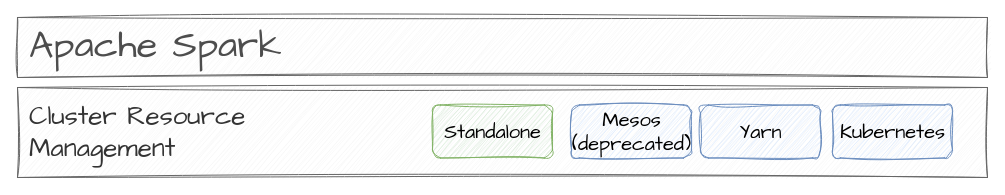
Above: page "spark-components-03" (5 of 8) of content/en/knowledgebase/bigdata/spark/spark.drawio in mauvaisetroupe/architech (draw.io), before the change. Source tidied: cells renumbered, new cells numbered last; positions are measured from the earlier drawing's top-left corner, leaving out a move shared by most shapes. Both pictures are drawn from the tidied source at 100%, with x=0, y=0 at pixel (17, 17).
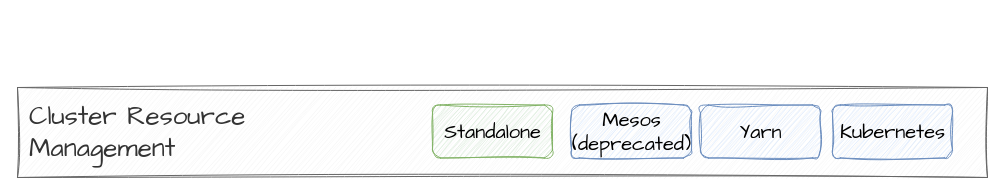
The same diagram, later.

Commit message (it also covers changes not shown here):
spark hands-on

Change to the diagram source:
```diff
@@
 <mxGraphModel>
   <root>
     <mxCell id="0" />
     <mxCell id="1" parent="0" />
-    <mxCell id="2" value="Apache Spark" style="rounded=0;whiteSpace=wrap;html=1;hachureGap=4;fontFamily=Architects Daughter;fontSize=38;align=left;spacingLeft=10;verticalAlign=top;fillColor=#f5f5f5;fontColor=#4D4D4D;strokeColor=#666666;fontStyle=0;sketch=1;curveFitting=1;jiggle=2;" parent="1" vertex="1">
-      <mxGeometry width="970" height="60" as="geometry" />
-    </mxCell>
     <mxCell id="3" value="Cluster Resource&lt;br style=&quot;font-size: 26px;&quot;&gt;Management" style="rounded=0;whiteSpace=wrap;html=1;hachureGap=4;fontFamily=Architects Daughter;fontSize=26;align=left;fontColor=#333333;spacingLeft=10;sketch=1;curveFitting=1;jiggle=2;strokeColor=#666666;fillColor=#f5f5f5;" parent="1" vertex="1">
       <mxGeometry y="70" width="970" height="90" as="geometry" />
     </mxCell>
     <mxCell id="4" value="Standalone" style="rounded=1;html=1;sketch=1;hachureGap=4;jiggle=2;curveFitting=1;fontFamily=Architects Daughter;fontSize=20;fillColor=#d5e8d4;strokeColor=#82b366;" parent="1" vertex="1">
       <mxGeometry x="415" y="87.5" width="120" height="53" as="geometry" />
     </mxCell>
     <mxCell id="5" value="Kubernetes" style="rounded=1;html=1;sketch=1;hachureGap=4;jiggle=2;curveFitting=1;fontFamily=Architects Daughter;fontSize=20;fillColor=#dae8fc;strokeColor=#6c8ebf;" parent="1" vertex="1">
       <mxGeometry x="815" y="87.5" width="120" height="53" as="geometry" />
     </mxCell>
     <mxCell id="6" value="Yarn" style="rounded=1;html=1;sketch=1;hachureGap=4;jiggle=2;curveFitting=1;fontFamily=Architects Daughter;fontSize=20;fillColor=#dae8fc;strokeColor=#6c8ebf;" parent="1" vertex="1">
       <mxGeometry x="683" y="87.5" width="120" height="53" as="geometry" />
     </mxCell>
     <mxCell id="7" value="Mesos&lt;br style=&quot;font-size: 20px;&quot;&gt;(deprecated)" style="rounded=1;html=1;sketch=1;hachureGap=4;jiggle=2;curveFitting=1;fontFamily=Architects Daughter;fontSize=20;fillColor=#dae8fc;strokeColor=#6c8ebf;" parent="1" vertex="1">
       <mxGeometry x="554" y="87.5" width="120" height="53" as="geometry" />
     </mxCell>
   </root>
 </mxGraphModel>
```
